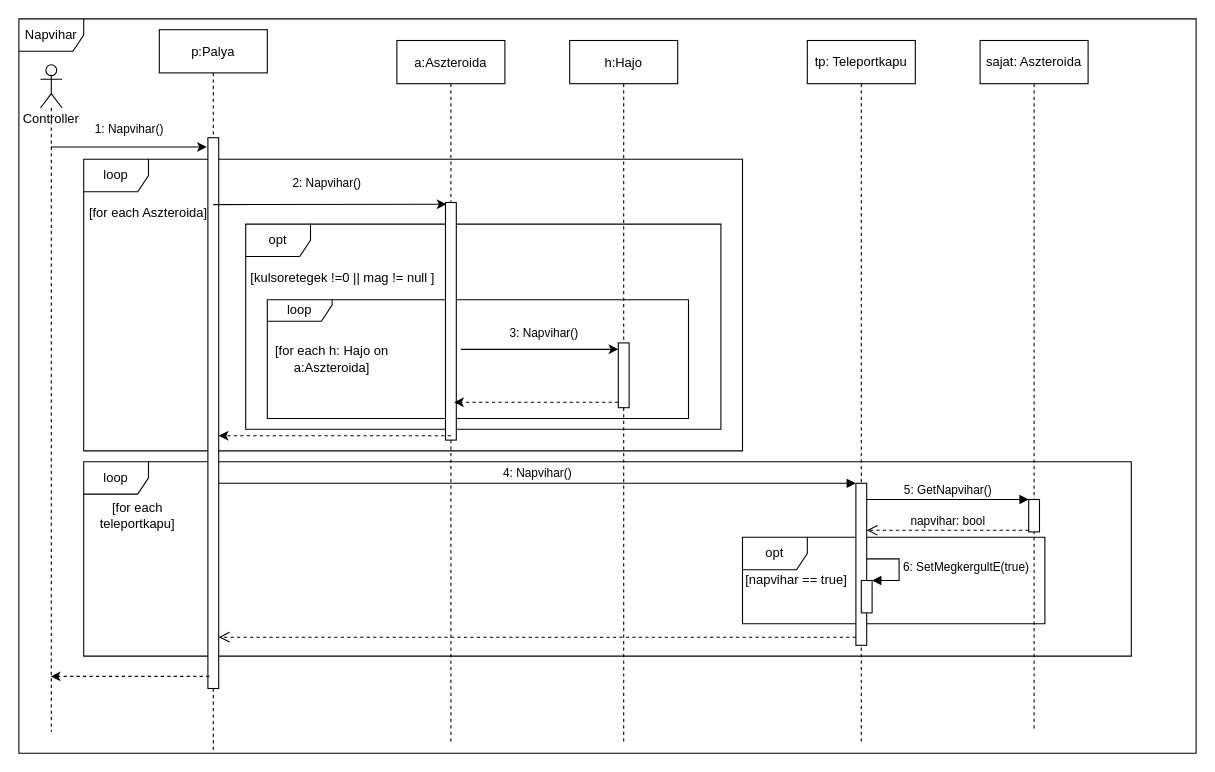
Above: doc/szekvencia/szek_Napvihar.drawio in torpeBoiGo/aszteroidabanyaszat (draw.io), before the change. Source tidied: cells renumbered, new cells numbered last; positions are measured from the earlier drawing's top-left corner, leaving out a move shared by most shapes. Both pictures are drawn from the tidied source at 108%, with x=0, y=0 at pixel (18, 18).
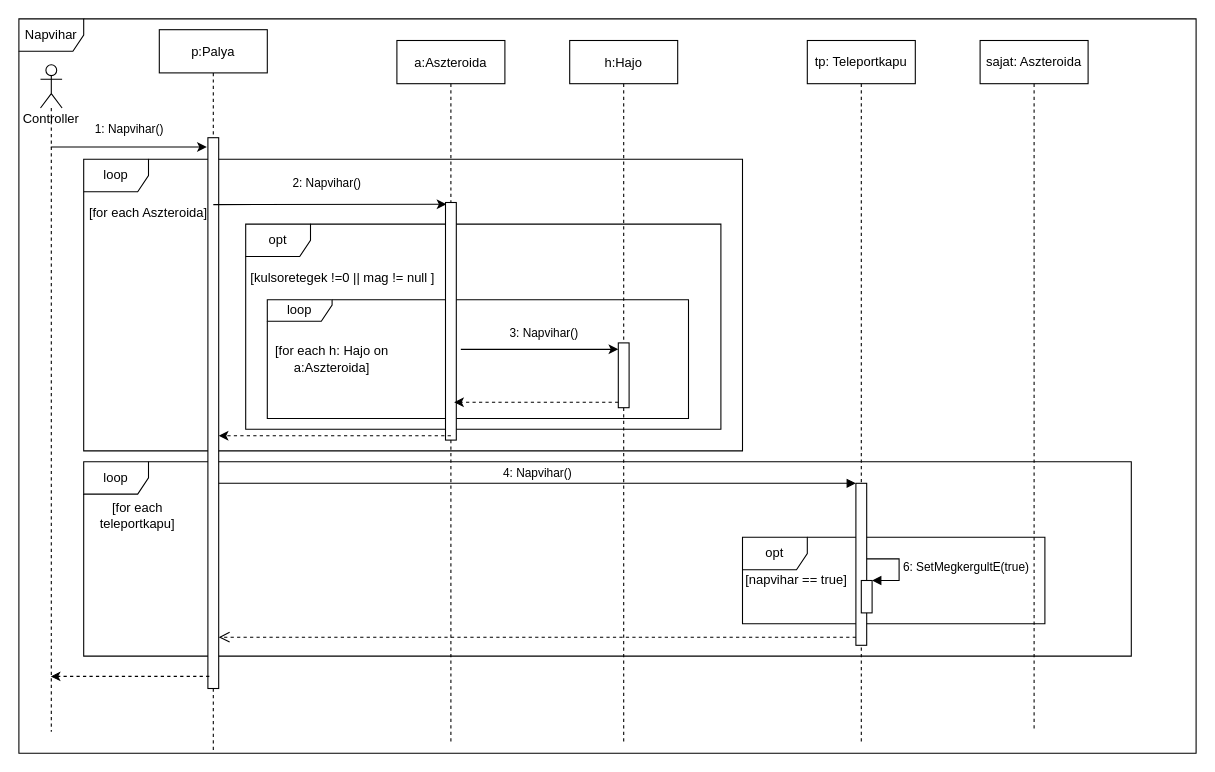
The same diagram, later.

Commit message:
nincs napvihar változó

The change refers to these unchanged cells:
```xml
<mxCell id="25" style="html=1;points=[];perimeter=orthogonalPerimeter;" parent="24" vertex="1">
  <mxGeometry x="45" y="410" width="10" height="150" as="geometry" />
</mxCell>
<mxCell id="29" value="sajat: Aszteroida" style="shape=umlLifeline;perimeter=lifelinePerimeter;whiteSpace=wrap;html=1;" parent="1" vertex="1">
  <mxGeometry x="890" y="20" width="100" height="640" as="geometry" />
</mxCell>
```

Change to the diagram source:
```diff
@@
-    <mxCell id="30" style="html=1;points=[];perimeter=orthogonalPerimeter;" parent="29" vertex="1">
-      <mxGeometry x="45" y="425" width="10" height="30" as="geometry" />
-    </mxCell>
-    <mxCell id="31" value="5: GetNapvihar()" style="html=1;verticalAlign=bottom;endArrow=block;entryX=0;entryY=0;" parent="1" edge="1" source="25" target="30">
-      <mxGeometry relative="1" as="geometry" />
-    </mxCell>
-    <mxCell id="32" value="napvihar: bool" style="html=1;verticalAlign=bottom;endArrow=open;dashed=1;endSize=8;exitX=0;exitY=0.95;" parent="1" edge="1" source="30" target="25">
-      <mxGeometry relative="1" as="geometry" />
-    </mxCell>
```
